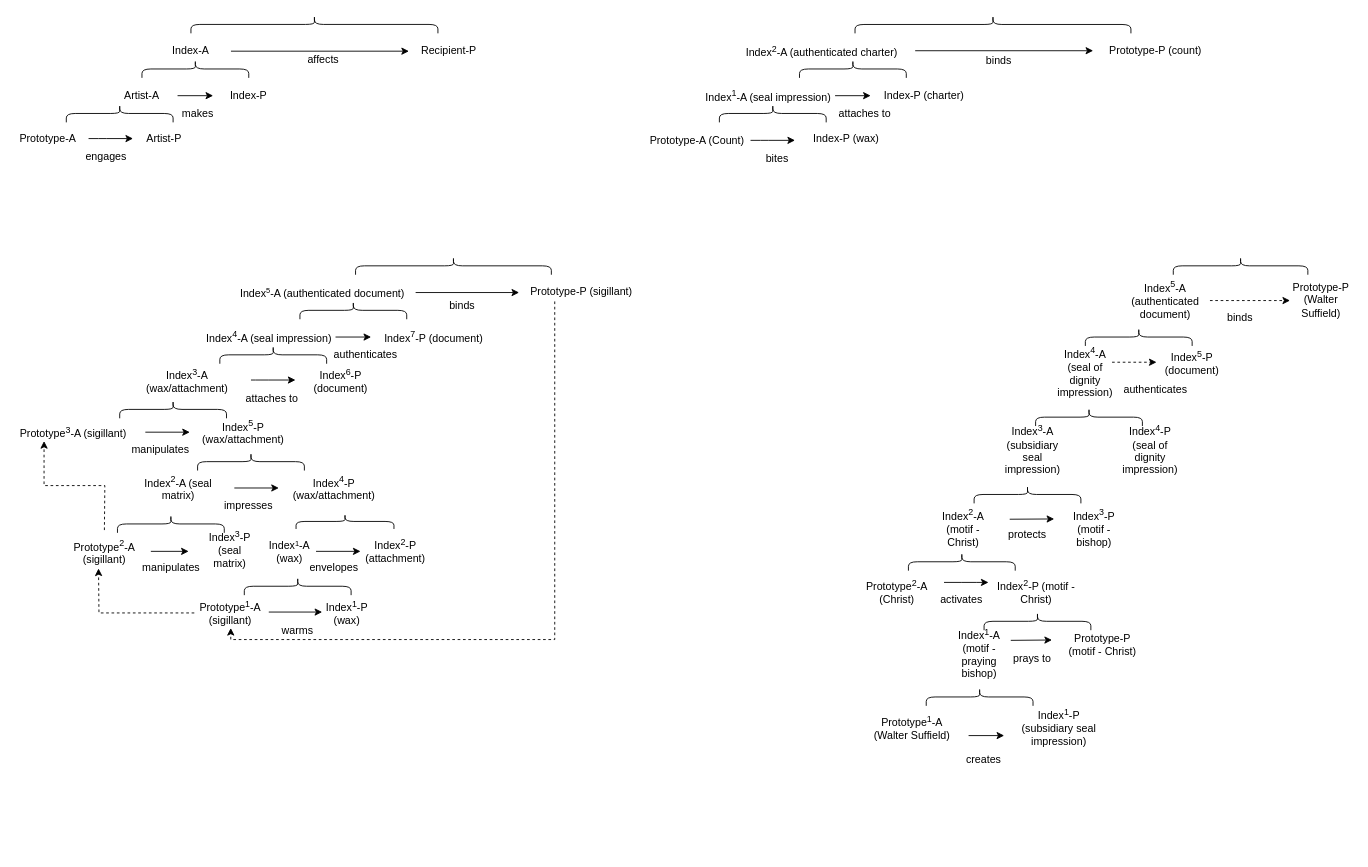
The draw.io diagram Untitled Diagram.drawio in matthewsillence/art_agency, before the edit. Source tidied: cells renumbered, new cells numbered last; positions are measured from the earlier drawing's top-left corner, leaving out a move shared by most shapes. Both pictures are drawn from the tidied source at 89%, with x=0, y=0 at pixel (15, -114).
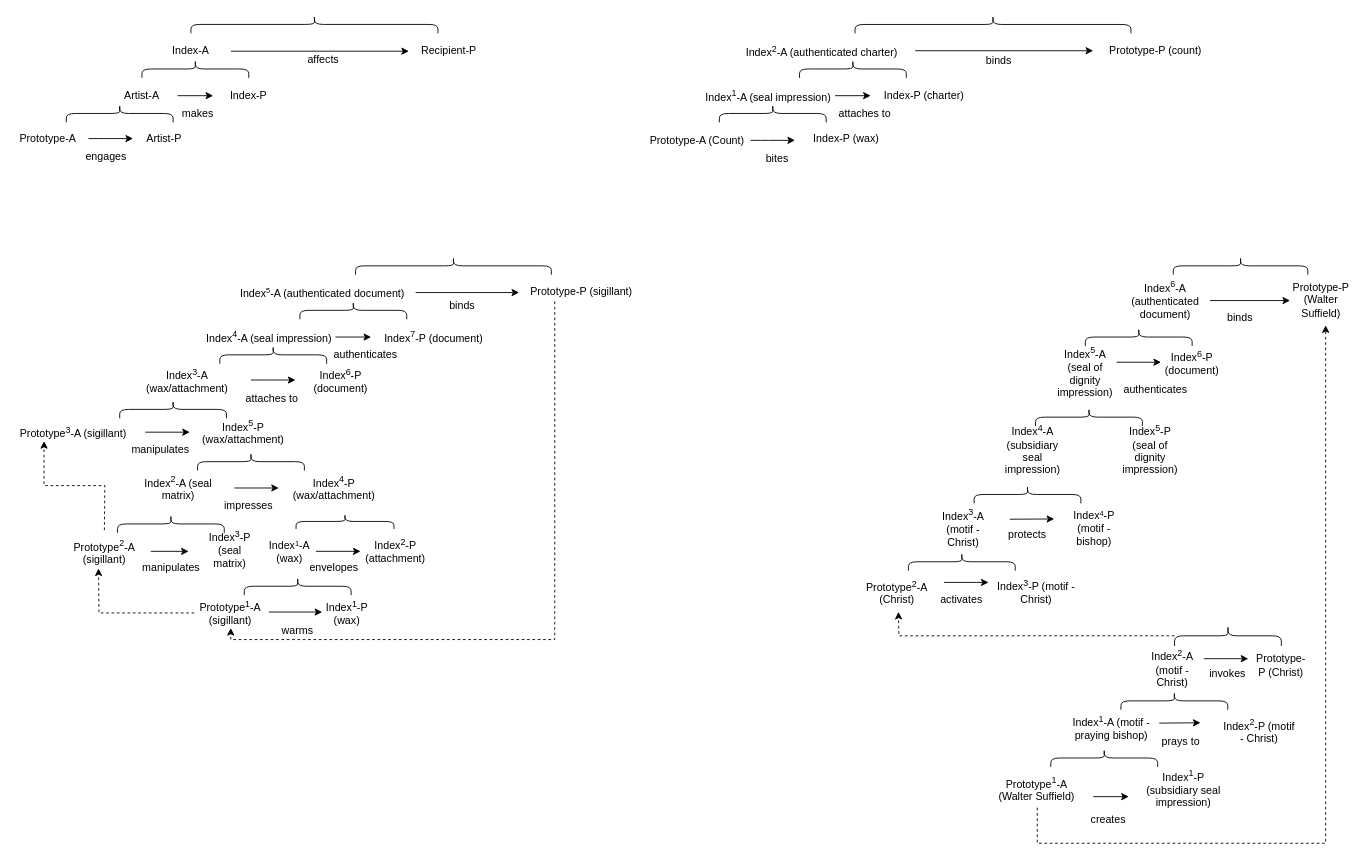
Above is the later version.

Change to the diagram source:
```diff
@@
-    <mxCell id="78" value="Index&lt;sup&gt;5&lt;/sup&gt;-A (authenticated document)" style="text;html=1;strokeColor=none;fillColor=none;align=center;verticalAlign=middle;whiteSpace=wrap;rounded=0;" parent="1" vertex="1">
+    <mxCell id="78" value="Index&lt;sup&gt;6&lt;/sup&gt;-A (authenticated document)" style="text;html=1;strokeColor=none;fillColor=none;align=center;verticalAlign=middle;whiteSpace=wrap;rounded=0;" parent="1" vertex="1">
       <mxGeometry x="1272" y="455" width="40" height="20" as="geometry" />
     </mxCell>
@@
-    <mxCell id="80" style="endArrow=classic;html=1;dashed=1;" parent="1" edge="1">
+    <mxCell id="80" style="endArrow=classic;html=1;" parent="1" edge="1">
       <mxGeometry relative="1" as="geometry">
         <mxPoint x="1342" y="465.2" as="sourcePoint" />
         <mxPoint x="1432" y="465.2" as="targetPoint" />
       </mxGeometry>
     </mxCell>
@@
-    <mxCell id="83" value="Index&lt;sup&gt;5&lt;/sup&gt;-P (document)" style="text;html=1;strokeColor=none;fillColor=none;align=center;verticalAlign=middle;whiteSpace=wrap;rounded=0;" parent="1" vertex="1">
+    <mxCell id="83" value="Index&lt;sup&gt;6&lt;/sup&gt;-P (document)" style="text;html=1;strokeColor=none;fillColor=none;align=center;verticalAlign=middle;whiteSpace=wrap;rounded=0;" parent="1" vertex="1">
       <mxGeometry x="1302" y="525" width="40" height="20" as="geometry" />
     </mxCell>
-    <mxCell id="84" value="Index&lt;sup&gt;4&lt;/sup&gt;-A (seal of dignity impression)" style="text;html=1;strokeColor=none;fillColor=none;align=center;verticalAlign=middle;whiteSpace=wrap;rounded=0;" parent="1" vertex="1">
+    <mxCell id="84" value="Index&lt;sup&gt;5&lt;/sup&gt;-A (seal of dignity impression)" style="text;html=1;strokeColor=none;fillColor=none;align=center;verticalAlign=middle;whiteSpace=wrap;rounded=0;" parent="1" vertex="1">
       <mxGeometry x="1182" y="536.2" width="40" height="20" as="geometry" />
     </mxCell>
@@
-    <mxCell id="86" value="Index&lt;sup&gt;3&lt;/sup&gt;-P (motif - bishop)" style="text;html=1;strokeColor=none;fillColor=none;align=center;verticalAlign=middle;whiteSpace=wrap;rounded=0;" parent="1" vertex="1">
+    <mxCell id="86" value="Index&lt;span style=&quot;font-size: 10px&quot;&gt;&lt;sup&gt;4&lt;/sup&gt;&lt;/span&gt;-P (motif - bishop)" style="text;html=1;strokeColor=none;fillColor=none;align=center;verticalAlign=middle;whiteSpace=wrap;rounded=0;" parent="1" vertex="1">
       <mxGeometry x="1177" y="710.6" width="70" height="20" as="geometry" />
     </mxCell>
-    <mxCell id="87" value="Index&lt;sup&gt;2&lt;/sup&gt;-A (motif - Christ)" style="text;html=1;strokeColor=none;fillColor=none;align=center;verticalAlign=middle;whiteSpace=wrap;rounded=0;" parent="1" vertex="1">
+    <mxCell id="87" value="Index&lt;sup&gt;3&lt;/sup&gt;-A (motif - Christ)" style="text;html=1;strokeColor=none;fillColor=none;align=center;verticalAlign=middle;whiteSpace=wrap;rounded=0;" parent="1" vertex="1">
       <mxGeometry x="1037" y="710.6" width="56.2" height="20" as="geometry" />
     </mxCell>
-    <mxCell id="88" style="endArrow=classic;html=1;dashed=1;" parent="1" edge="1">
+    <mxCell id="88" style="endArrow=classic;html=1;" parent="1" edge="1">
       <mxGeometry relative="1" as="geometry">
-        <mxPoint x="1232" y="534.5" as="sourcePoint" />
-        <mxPoint x="1282" y="534.5" as="targetPoint" />
+        <mxPoint x="1237" y="534.5" as="sourcePoint" />
+        <mxPoint x="1287" y="534.5" as="targetPoint" />
       </mxGeometry>
     </mxCell>
@@
     <mxCell id="92" style="shape=curlyBracket;whiteSpace=wrap;html=1;rounded=1;rotation=90;" parent="1" vertex="1">
-      <mxGeometry x="1138.2" y="765.6" width="20" height="120" as="geometry" />
+      <mxGeometry x="1292" y="855" width="20" height="120" as="geometry" />
     </mxCell>
-    <mxCell id="93" value="Prototype-P (motif - Christ)" style="text;html=1;strokeColor=none;fillColor=none;align=center;verticalAlign=middle;whiteSpace=wrap;rounded=0;" parent="1" vertex="1">
-      <mxGeometry x="1174.5" y="840.6" width="93.1" height="23.4" as="geometry" />
+    <mxCell id="93" value="Index&lt;sup&gt;2&lt;/sup&gt;-P (motif - Christ)" style="text;html=1;strokeColor=none;fillColor=none;align=center;verticalAlign=middle;whiteSpace=wrap;rounded=0;" parent="1" vertex="1">
+      <mxGeometry x="1353.2" y="938.6" width="88.8" height="20.2" as="geometry" />
     </mxCell>
     <mxCell id="94" value="Index&lt;sup&gt;1&lt;/sup&gt;-A (motif - praying bishop)" style="text;html=1;strokeColor=none;fillColor=none;align=center;verticalAlign=middle;whiteSpace=wrap;rounded=0;" parent="1" vertex="1">
-      <mxGeometry x="1053.2" y="851.9" width="60" height="20" as="geometry" />
+      <mxGeometry x="1181.4" y="935.3" width="101.2" height="20" as="geometry" />
     </mxCell>
@@
     <mxCell id="96" value="Prototype&lt;sup&gt;2&lt;/sup&gt;-A (Christ)" style="text;html=1;strokeColor=none;fillColor=none;align=center;verticalAlign=middle;whiteSpace=wrap;rounded=0;" parent="1" vertex="1">
-      <mxGeometry x="950.8" y="781.9" width="78.8" height="20" as="geometry" />
+      <mxGeometry x="950.8" y="781.9" width="78.8" height="23.1" as="geometry" />
     </mxCell>
-    <mxCell id="97" value="Index&lt;sup&gt;2&lt;/sup&gt;-P (motif - Christ)" style="text;html=1;strokeColor=none;fillColor=none;align=center;verticalAlign=middle;whiteSpace=wrap;rounded=0;" parent="1" vertex="1">
+    <mxCell id="97" value="Index&lt;sup&gt;3&lt;/sup&gt;-P (motif - Christ)" style="text;html=1;strokeColor=none;fillColor=none;align=center;verticalAlign=middle;whiteSpace=wrap;rounded=0;" parent="1" vertex="1">
       <mxGeometry x="1102" y="781.9" width="90" height="20" as="geometry" />
     </mxCell>
@@
     <mxCell id="100" value="prays to" style="text;html=1;strokeColor=none;fillColor=none;align=center;verticalAlign=middle;whiteSpace=wrap;rounded=0;" parent="1" vertex="1">
-      <mxGeometry x="1117" y="857.5" width="51.2" height="20" as="geometry" />
+      <mxGeometry x="1283.9" y="950.5" width="51.2" height="20" as="geometry" />
     </mxCell>
     <mxCell id="101" style="endArrow=classic;html=1;" parent="1" edge="1">
       <mxGeometry relative="1" as="geometry">
-        <mxPoint x="1118.2" y="847" as="sourcePoint" />
-        <mxPoint x="1164.5" y="846.6" as="targetPoint" />
+        <mxPoint x="1285.1" y="940" as="sourcePoint" />
+        <mxPoint x="1331.4" y="939.6" as="targetPoint" />
       </mxGeometry>
     </mxCell>
     <mxCell id="102" style="shape=curlyBracket;whiteSpace=wrap;html=1;rounded=1;rotation=90;" parent="1" vertex="1">
-      <mxGeometry x="1073.2" y="850.6" width="20" height="120" as="geometry" />
+      <mxGeometry x="1213.2" y="919.2" width="20" height="120" as="geometry" />
     </mxCell>
+    <mxCell id="110" style="edgeStyle=orthogonalEdgeStyle;rounded=0;orthogonalLoop=1;jettySize=auto;html=1;dashed=1;" parent="1" edge="1">
+      <mxGeometry relative="1" as="geometry">
+        <mxPoint x="1148" y="1035" as="sourcePoint" />
+        <mxPoint x="1472" y="493" as="targetPoint" />
+        <Array as="points">
+          <mxPoint x="1148" y="1075" />
+          <mxPoint x="1472" y="1075" />
+        </Array>
+      </mxGeometry>
+    </mxCell>
     <mxCell id="103" value="Prototype&lt;sup&gt;1&lt;/sup&gt;-A (Walter Suffield)" style="text;html=1;strokeColor=none;fillColor=none;align=center;verticalAlign=middle;whiteSpace=wrap;rounded=0;" parent="1" vertex="1">
-      <mxGeometry x="962" y="935" width="91.2" height="20" as="geometry" />
+      <mxGeometry x="1102" y="1003.6" width="91.2" height="20" as="geometry" />
     </mxCell>
@@
-    <mxCell id="105" value="Index&lt;sup&gt;3&lt;/sup&gt;-A (subsidiary seal impression)" style="text;html=1;strokeColor=none;fillColor=none;align=center;verticalAlign=middle;whiteSpace=wrap;rounded=0;" parent="1" vertex="1">
+    <mxCell id="105" value="Index&lt;sup&gt;4&lt;/sup&gt;-A (subsidiary seal impression)" style="text;html=1;strokeColor=none;fillColor=none;align=center;verticalAlign=middle;whiteSpace=wrap;rounded=0;" parent="1" vertex="1">
       <mxGeometry x="1122.9" y="623.1" width="40" height="20" as="geometry" />
     </mxCell>
-    <mxCell id="106" value="Index&lt;sup&gt;4&lt;/sup&gt;-P (seal of dignity impression)" style="text;html=1;strokeColor=none;fillColor=none;align=center;verticalAlign=middle;whiteSpace=wrap;rounded=0;" parent="1" vertex="1">
+    <mxCell id="106" value="Index&lt;sup&gt;5&lt;/sup&gt;-P (seal of dignity impression)" style="text;html=1;strokeColor=none;fillColor=none;align=center;verticalAlign=middle;whiteSpace=wrap;rounded=0;" parent="1" vertex="1">
       <mxGeometry x="1254.8" y="623.1" width="40" height="20" as="geometry" />
     </mxCell>
     <mxCell id="107" value="Index&lt;sup&gt;1&lt;/sup&gt;-P (subsidiary seal impression)" style="text;html=1;strokeColor=none;fillColor=none;align=center;verticalAlign=middle;whiteSpace=wrap;rounded=0;" parent="1" vertex="1">
-      <mxGeometry x="1122.9" y="935" width="99.1" height="20" as="geometry" />
+      <mxGeometry x="1262.9" y="1003.6" width="99.1" height="20" as="geometry" />
     </mxCell>
     <mxCell id="108" style="endArrow=classic;html=1;" parent="1" edge="1">
       <mxGeometry relative="1" as="geometry">
-        <mxPoint x="1070.8" y="954" as="sourcePoint" />
-        <mxPoint x="1110.8" y="954" as="targetPoint" />
+        <mxPoint x="1210.8" y="1022.6" as="sourcePoint" />
+        <mxPoint x="1250.8" y="1022.6" as="targetPoint" />
       </mxGeometry>
     </mxCell>
     <mxCell id="109" value="creates" style="text;html=1;strokeColor=none;fillColor=none;align=center;verticalAlign=middle;whiteSpace=wrap;rounded=0;" parent="1" vertex="1">
-      <mxGeometry x="1068.2" y="970.6" width="40" height="20" as="geometry" />
+      <mxGeometry x="1208.2" y="1039.2" width="40" height="20" as="geometry" />
     </mxCell>
+    <mxCell id="111" style="edgeStyle=orthogonalEdgeStyle;rounded=0;jettySize=auto;html=1;dashed=1;" parent="1" edge="1" source="112">
+      <mxGeometry relative="1" as="geometry">
+        <mxPoint x="992" y="815" as="targetPoint" />
+      </mxGeometry>
+    </mxCell>
+    <mxCell id="112" style="shape=curlyBracket;whiteSpace=wrap;html=1;rounded=1;rotation=90;" parent="1" vertex="1">
+      <mxGeometry x="1350.8" y="781.9" width="22.8" height="120" as="geometry" />
+    </mxCell>
+    <mxCell id="113" value="Index&lt;sup&gt;2&lt;/sup&gt;-A (motif - Christ)" style="text;html=1;strokeColor=none;fillColor=none;align=center;verticalAlign=middle;whiteSpace=wrap;rounded=0;" parent="1" vertex="1">
+      <mxGeometry x="1265.1" y="868.6" width="70" height="20" as="geometry" />
+    </mxCell>
+    <mxCell id="114" value="invokes" style="text;html=1;strokeColor=none;fillColor=none;align=center;verticalAlign=middle;whiteSpace=wrap;rounded=0;" parent="1" vertex="1">
+      <mxGeometry x="1342" y="875" width="40" height="20" as="geometry" />
+    </mxCell>
+    <mxCell id="115" style="endArrow=classic;html=1;" parent="1" edge="1">
+      <mxGeometry relative="1" as="geometry">
+        <mxPoint x="1335.1" y="867.6" as="sourcePoint" />
+        <mxPoint x="1385.1" y="867.6" as="targetPoint" />
+      </mxGeometry>
+    </mxCell>
+    <mxCell id="116" value="Prototype-P (Christ)" style="text;html=1;strokeColor=none;fillColor=none;align=center;verticalAlign=middle;whiteSpace=wrap;rounded=0;" parent="1" vertex="1">
+      <mxGeometry x="1402" y="865" width="40" height="20" as="geometry" />
+    </mxCell>
```
